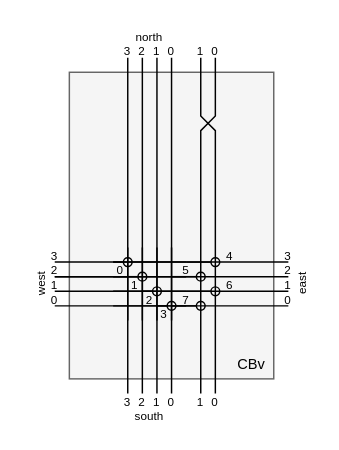
mnemocron/my-discrete-fpga keeps this draw.io diagram as architecture/CBv-architectuire.drawio. Above is the earlier version. Source tidied: cells renumbered, new cells numbered last; positions are measured from the earlier drawing's top-left corner, leaving out a move shared by most shapes. Both pictures are drawn from the tidied source at 146%, with x=0, y=0 at pixel (3, 28).
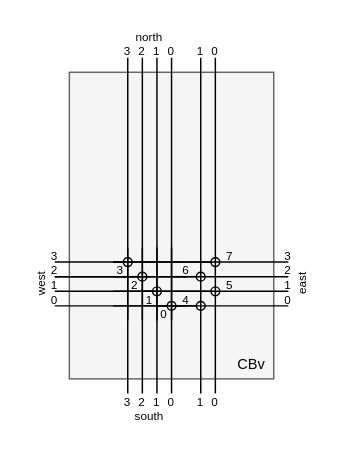
The same diagram, later.

Unchanged cells that the change refers to:
```xml
<mxCell id="10" style="group;rotation=0;" parent="1" vertex="1">
  <mxGeometry x="75" y="150" width="50" height="50" as="geometry" />
</mxCell>
```

The edit, as a diff of the source:
```diff
@@
     <mxCell id="3" style="endArrow=none;html=1;rounded=0;" parent="1" edge="1">
       <mxGeometry relative="1" as="geometry">
-        <mxPoint x="145" y="20" as="sourcePoint" />
+        <mxPoint x="135" y="20" as="sourcePoint" />
         <mxPoint x="135" y="250" as="targetPoint" />
         <Array as="points">
-          <mxPoint x="145" y="60" />
+          <mxPoint x="135" y="60" />
           <mxPoint x="135" y="70" />
         </Array>
       </mxGeometry>
     </mxCell>
     <mxCell id="4" style="endArrow=none;html=1;rounded=0;" parent="1" edge="1">
       <mxGeometry relative="1" as="geometry">
-        <mxPoint x="135" y="20" as="sourcePoint" />
+        <mxPoint x="145" y="20" as="sourcePoint" />
         <mxPoint x="145" y="250" as="targetPoint" />
         <Array as="points">
-          <mxPoint x="135" y="60" />
+          <mxPoint x="145" y="60" />
           <mxPoint x="145" y="70" />
         </Array>
       </mxGeometry>
     </mxCell>
@@
-    <mxCell id="23" value="&lt;font style=&quot;font-size: 8px;&quot;&gt;3&lt;/font&gt;" style="text;html=1;strokeColor=none;fillColor=none;align=center;verticalAlign=middle;whiteSpace=wrap;rounded=0;" parent="10" vertex="1">
+    <mxCell id="23" value="&lt;font style=&quot;font-size: 8px;&quot;&gt;0&lt;/font&gt;" style="text;html=1;strokeColor=none;fillColor=none;align=center;verticalAlign=middle;whiteSpace=wrap;rounded=0;" parent="10" vertex="1">
       <mxGeometry x="20" y="40" width="30" height="10" as="geometry" />
     </mxCell>
-    <mxCell id="24" value="&lt;font style=&quot;font-size: 8px;&quot;&gt;1&lt;/font&gt;" style="text;html=1;strokeColor=none;fillColor=none;align=center;verticalAlign=middle;whiteSpace=wrap;rounded=0;" parent="10" vertex="1">
+    <mxCell id="24" value="&lt;font style=&quot;font-size: 8px;&quot;&gt;2&lt;/font&gt;" style="text;html=1;strokeColor=none;fillColor=none;align=center;verticalAlign=middle;whiteSpace=wrap;rounded=0;" parent="10" vertex="1">
       <mxGeometry y="20" width="30" height="10" as="geometry" />
     </mxCell>
@@
-    <mxCell id="56" value="&lt;font style=&quot;font-size: 8px;&quot;&gt;0&lt;/font&gt;" style="text;html=1;strokeColor=none;fillColor=none;align=center;verticalAlign=middle;whiteSpace=wrap;rounded=0;" parent="1" vertex="1">
+    <mxCell id="56" value="&lt;font style=&quot;font-size: 8px;&quot;&gt;3&lt;/font&gt;" style="text;html=1;strokeColor=none;fillColor=none;align=center;verticalAlign=middle;whiteSpace=wrap;rounded=0;" parent="1" vertex="1">
       <mxGeometry x="75" y="160" width="10" height="10" as="geometry" />
     </mxCell>
-    <mxCell id="57" value="&lt;font style=&quot;font-size: 8px;&quot;&gt;2&lt;/font&gt;" style="text;html=1;strokeColor=none;fillColor=none;align=center;verticalAlign=middle;whiteSpace=wrap;rounded=0;" parent="1" vertex="1">
+    <mxCell id="57" value="&lt;font style=&quot;font-size: 8px;&quot;&gt;1&lt;/font&gt;" style="text;html=1;strokeColor=none;fillColor=none;align=center;verticalAlign=middle;whiteSpace=wrap;rounded=0;" parent="1" vertex="1">
       <mxGeometry x="85" y="180" width="30" height="10" as="geometry" />
     </mxCell>
-    <mxCell id="58" value="&lt;font style=&quot;font-size: 8px;&quot;&gt;4&lt;/font&gt;" style="text;html=1;strokeColor=none;fillColor=none;align=center;verticalAlign=middle;whiteSpace=wrap;rounded=0;" parent="1" vertex="1">
+    <mxCell id="58" value="&lt;font style=&quot;font-size: 8px;&quot;&gt;7&lt;/font&gt;" style="text;html=1;strokeColor=none;fillColor=none;align=center;verticalAlign=middle;whiteSpace=wrap;rounded=0;" parent="1" vertex="1">
       <mxGeometry x="145" y="150" width="20" height="10" as="geometry" />
     </mxCell>
-    <mxCell id="59" value="&lt;font style=&quot;font-size: 8px;&quot;&gt;5&lt;/font&gt;" style="text;html=1;strokeColor=none;fillColor=none;align=center;verticalAlign=middle;whiteSpace=wrap;rounded=0;" parent="1" vertex="1">
+    <mxCell id="59" value="&lt;font style=&quot;font-size: 8px;&quot;&gt;6&lt;/font&gt;" style="text;html=1;strokeColor=none;fillColor=none;align=center;verticalAlign=middle;whiteSpace=wrap;rounded=0;" parent="1" vertex="1">
       <mxGeometry x="115" y="160" width="20" height="10" as="geometry" />
     </mxCell>
-    <mxCell id="60" value="&lt;font style=&quot;font-size: 8px;&quot;&gt;6&lt;/font&gt;" style="text;html=1;strokeColor=none;fillColor=none;align=center;verticalAlign=middle;whiteSpace=wrap;rounded=0;" parent="1" vertex="1">
+    <mxCell id="60" value="&lt;font style=&quot;font-size: 8px;&quot;&gt;5&lt;/font&gt;" style="text;html=1;strokeColor=none;fillColor=none;align=center;verticalAlign=middle;whiteSpace=wrap;rounded=0;" parent="1" vertex="1">
       <mxGeometry x="145" y="170" width="20" height="10" as="geometry" />
     </mxCell>
-    <mxCell id="61" value="&lt;font style=&quot;font-size: 8px;&quot;&gt;7&lt;/font&gt;" style="text;html=1;strokeColor=none;fillColor=none;align=center;verticalAlign=middle;whiteSpace=wrap;rounded=0;" parent="1" vertex="1">
+    <mxCell id="61" value="&lt;font style=&quot;font-size: 8px;&quot;&gt;4&lt;/font&gt;" style="text;html=1;strokeColor=none;fillColor=none;align=center;verticalAlign=middle;whiteSpace=wrap;rounded=0;" parent="1" vertex="1">
       <mxGeometry x="115" y="180" width="20" height="10" as="geometry" />
     </mxCell>
```
